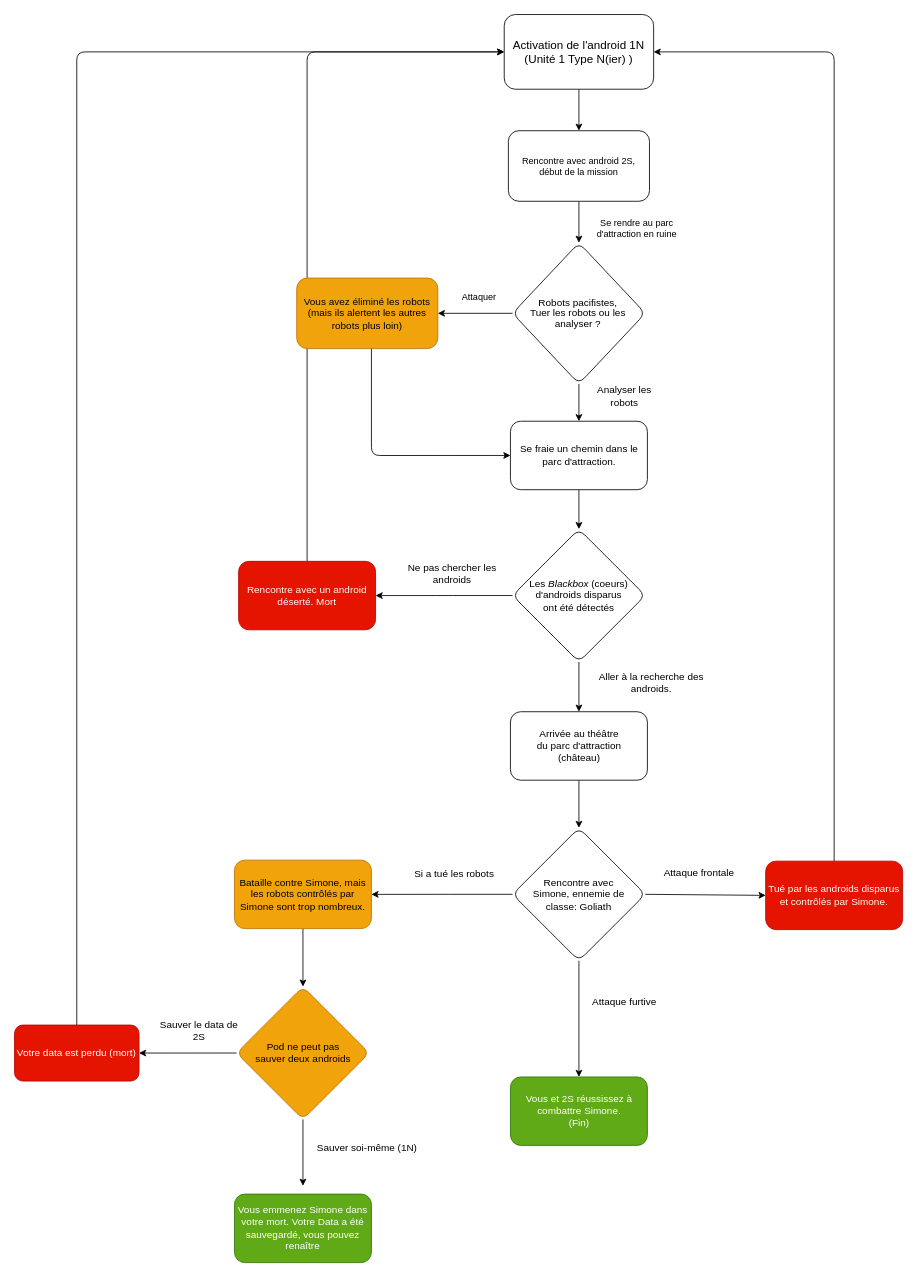
The draw.io diagram assets/schema.drawio in KenzaElHarrif/ELHARRIF-KENZA-vous-etes-le-heros-PROJET-ULTIMATA, before the edit. Source tidied: cells renumbered, new cells numbered last; positions are measured from the earlier drawing's top-left corner, leaving out a move shared by most shapes. Both pictures are drawn from the tidied source at 83%, with x=0, y=0 at pixel (14, 14).
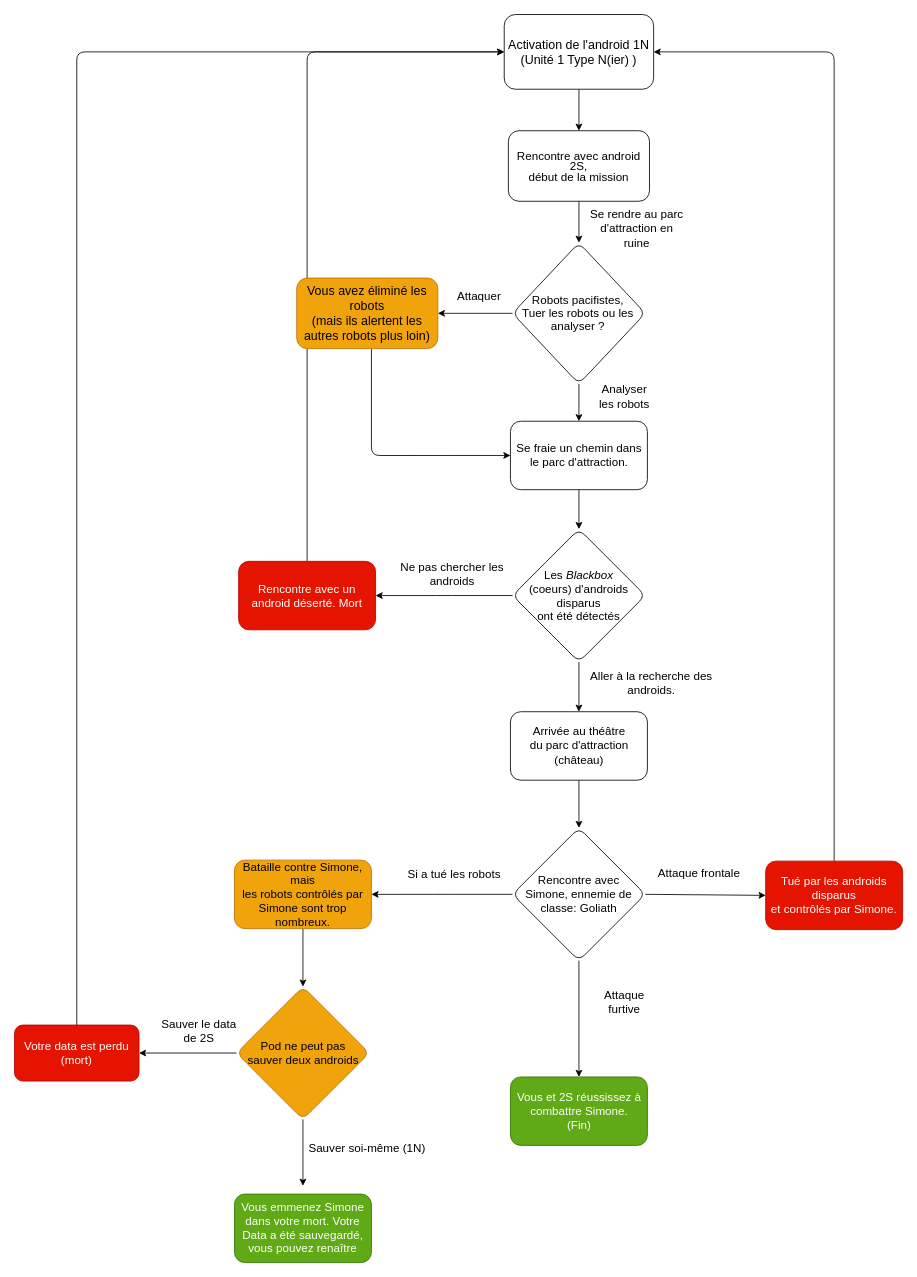
The same diagram, later.

Diff of the diagram source:
```diff
@@
-    <mxCell id="3" value="&lt;font style=&quot;font-size: 14px;&quot;&gt;Activation de l'android 1N (Unité 1 Type N(ier) )&lt;/font&gt;" style="rounded=1;whiteSpace=wrap;html=1;" parent="1" vertex="1">
+    <mxCell id="3" value="&lt;font style=&quot;font-size: 15px;&quot;&gt;Activation de l'android 1N (Unité 1 Type N(ier) )&lt;/font&gt;" style="rounded=1;whiteSpace=wrap;html=1;" parent="1" vertex="1">
       <mxGeometry x="590" width="180" height="90" as="geometry" />
     </mxCell>
@@
-    <mxCell id="6" value="Pod ne peut pas&lt;br&gt;sauver deux androids" style="rhombus;whiteSpace=wrap;html=1;rounded=1;fillColor=#f0a30a;fontColor=#000000;strokeColor=#BD7000;" parent="1" vertex="1">
+    <mxCell id="6" value="&lt;font style=&quot;font-size: 14px;&quot;&gt;Pod ne peut pas&lt;br&gt;sauver deux androids&lt;/font&gt;" style="rhombus;whiteSpace=wrap;html=1;rounded=1;fillColor=#f0a30a;fontColor=#000000;strokeColor=#BD7000;" parent="1" vertex="1">
       <mxGeometry x="267.5" y="1171.2" width="160" height="160" as="geometry" />
     </mxCell>
@@
-    <mxCell id="8" value="Votre data est perdu (mort)" style="rounded=1;whiteSpace=wrap;html=1;fillColor=#e51400;fontColor=#ffffff;strokeColor=#B20000;" parent="1" vertex="1">
+    <mxCell id="8" value="&lt;font style=&quot;font-size: 14px;&quot;&gt;Votre data est perdu (mort)&lt;/font&gt;" style="rounded=1;whiteSpace=wrap;html=1;fillColor=#e51400;fontColor=#ffffff;strokeColor=#B20000;" parent="1" vertex="1">
       <mxGeometry y="1217.5" width="150" height="67.5" as="geometry" />
     </mxCell>
-    <mxCell id="9" value="Se rendre au parc d'attraction en ruine" style="text;html=1;strokeColor=none;fillColor=none;align=center;verticalAlign=middle;whiteSpace=wrap;rounded=0;fontSize=11;" parent="1" vertex="1">
+    <mxCell id="9" value="&lt;font style=&quot;font-size: 14px;&quot;&gt;Se rendre au parc d'attraction en ruine&lt;/font&gt;" style="text;html=1;strokeColor=none;fillColor=none;align=center;verticalAlign=middle;whiteSpace=wrap;rounded=0;fontSize=11;" parent="1" vertex="1">
       <mxGeometry x="690" y="240" width="120" height="35" as="geometry" />
     </mxCell>
-    <mxCell id="10" value="Attaquer" style="text;html=1;strokeColor=none;fillColor=none;align=center;verticalAlign=middle;whiteSpace=wrap;rounded=0;fontSize=11;" parent="1" vertex="1">
+    <mxCell id="10" value="&lt;font style=&quot;font-size: 14px;&quot;&gt;Attaquer&lt;/font&gt;" style="text;html=1;strokeColor=none;fillColor=none;align=center;verticalAlign=middle;whiteSpace=wrap;rounded=0;fontSize=11;" parent="1" vertex="1">
       <mxGeometry x="530" y="325" width="60" height="30" as="geometry" />
     </mxCell>
-    <mxCell id="11" value="Ne pas chercher les androids" style="text;html=1;strokeColor=none;fillColor=none;align=center;verticalAlign=middle;whiteSpace=wrap;rounded=0;fontSize=12;" parent="1" vertex="1">
+    <mxCell id="11" value="&lt;font style=&quot;font-size: 14px;&quot;&gt;Ne pas chercher les androids&lt;/font&gt;" style="text;html=1;strokeColor=none;fillColor=none;align=center;verticalAlign=middle;whiteSpace=wrap;rounded=0;fontSize=12;" parent="1" vertex="1">
       <mxGeometry x="450" y="658.8" width="155" height="30" as="geometry" />
     </mxCell>
-    <mxCell id="12" value="Aller à la recherche des androids." style="text;html=1;strokeColor=none;fillColor=none;align=center;verticalAlign=middle;whiteSpace=wrap;rounded=0;fontSize=12;" parent="1" vertex="1">
+    <mxCell id="12" value="&lt;font style=&quot;font-size: 14px;&quot;&gt;Aller à la recherche des androids.&lt;/font&gt;" style="text;html=1;strokeColor=none;fillColor=none;align=center;verticalAlign=middle;whiteSpace=wrap;rounded=0;fontSize=12;" parent="1" vertex="1">
       <mxGeometry x="690" y="790" width="155" height="30" as="geometry" />
     </mxCell>
@@
-    <mxCell id="14" value="Rencontre avec un android déserté. Mort" style="rounded=1;whiteSpace=wrap;html=1;fontSize=12;fillColor=#e51400;fontColor=#ffffff;strokeColor=#B20000;" parent="1" vertex="1">
+    <mxCell id="14" value="&lt;font style=&quot;font-size: 14px;&quot;&gt;Rencontre avec un android déserté. Mort&lt;/font&gt;" style="rounded=1;whiteSpace=wrap;html=1;fontSize=12;fillColor=#e51400;fontColor=#ffffff;strokeColor=#B20000;" parent="1" vertex="1">
       <mxGeometry x="270" y="658.8" width="165" height="82.5" as="geometry" />
     </mxCell>
@@
-    <mxCell id="16" value="Vous avez éliminé les robots&lt;br&gt;(mais ils alertent les autres robots plus loin)" style="rounded=1;whiteSpace=wrap;html=1;fillColor=#f0a30a;fontColor=#000000;strokeColor=#BD7000;" parent="1" vertex="1">
+    <mxCell id="16" value="&lt;font style=&quot;font-size: 15px;&quot;&gt;Vous avez éliminé les robots&lt;br&gt;(mais ils alertent les autres robots plus loin)&lt;/font&gt;" style="rounded=1;whiteSpace=wrap;html=1;fillColor=#f0a30a;fontColor=#000000;strokeColor=#BD7000;" parent="1" vertex="1">
       <mxGeometry x="340" y="317.5" width="170" height="85" as="geometry" />
     </mxCell>
@@
-    <mxCell id="18" value="Arrivée au théâtre&lt;br&gt;du parc d'attraction&lt;br&gt;(château)" style="rounded=1;whiteSpace=wrap;html=1;fontSize=12;" parent="1" vertex="1">
+    <mxCell id="18" value="&lt;font style=&quot;font-size: 14px;&quot;&gt;Arrivée au théâtre&lt;br&gt;du parc d'attraction&lt;br&gt;(château)&lt;/font&gt;" style="rounded=1;whiteSpace=wrap;html=1;fontSize=12;" parent="1" vertex="1">
       <mxGeometry x="597.5" y="840" width="165" height="82.5" as="geometry" />
     </mxCell>
@@
-    <mxCell id="20" value="Bataille contre Simone, mais&lt;br&gt;les robots contrôlés par Simone sont trop nombreux." style="rounded=1;whiteSpace=wrap;html=1;fontSize=12;fillColor=#f0a30a;fontColor=#000000;strokeColor=#BD7000;" parent="1" vertex="1">
+    <mxCell id="20" value="&lt;font style=&quot;font-size: 14px;&quot;&gt;Bataille contre Simone, mais&lt;br&gt;les robots contrôlés par Simone sont trop nombreux.&lt;/font&gt;" style="rounded=1;whiteSpace=wrap;html=1;fontSize=12;fillColor=#f0a30a;fontColor=#000000;strokeColor=#BD7000;" parent="1" vertex="1">
       <mxGeometry x="265" y="1018.8" width="165" height="82.5" as="geometry" />
     </mxCell>
-    <mxCell id="21" value="Si a tué les robots" style="text;html=1;strokeColor=none;fillColor=none;align=center;verticalAlign=middle;whiteSpace=wrap;rounded=0;" parent="1" vertex="1">
+    <mxCell id="21" value="&lt;font style=&quot;font-size: 14px;&quot;&gt;Si a tué les robots&lt;/font&gt;" style="text;html=1;strokeColor=none;fillColor=none;align=center;verticalAlign=middle;whiteSpace=wrap;rounded=0;" parent="1" vertex="1">
       <mxGeometry x="465" y="1021.2" width="130" height="30" as="geometry" />
     </mxCell>
-    <mxCell id="22" value="Attaque frontale" style="text;html=1;strokeColor=none;fillColor=none;align=center;verticalAlign=middle;whiteSpace=wrap;rounded=0;" parent="1" vertex="1">
+    <mxCell id="22" value="&lt;font style=&quot;font-size: 14px;&quot;&gt;Attaque frontale&lt;/font&gt;" style="text;html=1;strokeColor=none;fillColor=none;align=center;verticalAlign=middle;whiteSpace=wrap;rounded=0;" parent="1" vertex="1">
       <mxGeometry x="760" y="1020" width="130" height="30" as="geometry" />
     </mxCell>
-    <mxCell id="23" value="Sauver le data de 2S" style="text;html=1;strokeColor=none;fillColor=none;align=center;verticalAlign=middle;whiteSpace=wrap;rounded=0;" parent="1" vertex="1">
+    <mxCell id="23" value="&lt;font style=&quot;font-size: 14px;&quot;&gt;Sauver le data de 2S&lt;/font&gt;" style="text;html=1;strokeColor=none;fillColor=none;align=center;verticalAlign=middle;whiteSpace=wrap;rounded=0;" parent="1" vertex="1">
       <mxGeometry x="170" y="1201.2" width="105" height="46.2" as="geometry" />
     </mxCell>
-    <mxCell id="24" value="Sauver soi-même (1N)" style="text;html=1;strokeColor=none;fillColor=none;align=center;verticalAlign=middle;whiteSpace=wrap;rounded=0;" parent="1" vertex="1">
+    <mxCell id="24" value="&lt;font style=&quot;font-size: 14px;&quot;&gt;Sauver soi-même (1N)&lt;/font&gt;" style="text;html=1;strokeColor=none;fillColor=none;align=center;verticalAlign=middle;whiteSpace=wrap;rounded=0;" parent="1" vertex="1">
       <mxGeometry x="350" y="1351.2" width="150" height="30" as="geometry" />
     </mxCell>
-    <mxCell id="25" value="Vous et 2S réussissez à combattre Simone.&lt;br&gt;(Fin)" style="rounded=1;whiteSpace=wrap;html=1;fontSize=12;fillColor=#60a917;fontColor=#ffffff;strokeColor=#2D7600;" parent="1" vertex="1">
+    <mxCell id="25" value="&lt;font style=&quot;font-size: 14px;&quot;&gt;Vous et 2S réussissez à combattre Simone.&lt;br&gt;(Fin)&lt;/font&gt;" style="rounded=1;whiteSpace=wrap;html=1;fontSize=12;fillColor=#60a917;fontColor=#ffffff;strokeColor=#2D7600;" parent="1" vertex="1">
       <mxGeometry x="597.5" y="1280" width="165" height="82.5" as="geometry" />
     </mxCell>
-    <mxCell id="26" value="Analyser les robots" style="text;html=1;strokeColor=none;fillColor=none;align=center;verticalAlign=middle;whiteSpace=wrap;rounded=0;" parent="1" vertex="1">
+    <mxCell id="26" value="&lt;font style=&quot;font-size: 14px;&quot;&gt;Analyser les robots&lt;/font&gt;" style="text;html=1;strokeColor=none;fillColor=none;align=center;verticalAlign=middle;whiteSpace=wrap;rounded=0;" parent="1" vertex="1">
       <mxGeometry x="700" y="445" width="70" height="30" as="geometry" />
     </mxCell>
@@
-    <mxCell id="30" value="Rencontre avec&lt;br&gt;Simone, ennemie de&lt;br&gt;classe: Goliath" style="rhombus;whiteSpace=wrap;html=1;rounded=1;" parent="1" vertex="1">
+    <mxCell id="30" value="&lt;font style=&quot;font-size: 14px;&quot;&gt;Rencontre avec&lt;br&gt;Simone, ennemie de&lt;br&gt;classe: Goliath&lt;/font&gt;" style="rhombus;whiteSpace=wrap;html=1;rounded=1;" parent="1" vertex="1">
       <mxGeometry x="600" y="980" width="160" height="160" as="geometry" />
     </mxCell>
@@
-    <mxCell id="32" value="&lt;div style=&quot;line-height: 12.1px; font-size: 11px;&quot;&gt;Rencontre avec android 2S,&lt;/div&gt;&lt;div style=&quot;line-height: 12.1px; font-size: 11px;&quot;&gt;début de la mission&lt;/div&gt;" style="rounded=1;whiteSpace=wrap;html=1;" parent="1" vertex="1">
+    <mxCell id="32" value="&lt;div style=&quot;line-height: 12.1px; font-size: 14px;&quot;&gt;&lt;font style=&quot;font-size: 14px;&quot;&gt;Rencontre avec android 2S,&lt;/font&gt;&lt;/div&gt;&lt;div style=&quot;line-height: 12.1px; font-size: 14px;&quot;&gt;&lt;font style=&quot;font-size: 14px;&quot;&gt;début de la mission&lt;/font&gt;&lt;/div&gt;" style="rounded=1;whiteSpace=wrap;html=1;" parent="1" vertex="1">
       <mxGeometry x="595" y="140" width="170" height="85" as="geometry" />
     </mxCell>
@@
-    <mxCell id="35" value="&lt;div style=&quot;text-align: center; line-height: 110%; font-size: 11px;&quot;&gt;&lt;span style=&quot;font-size: 12px;&quot;&gt;Robots pacifistes,&lt;/span&gt;&lt;br style=&quot;font-size: 12px;&quot;&gt;&lt;span style=&quot;font-size: 12px;&quot;&gt;Tuer les robots ou les analyser ?&lt;/span&gt;&lt;br&gt;&lt;/div&gt;" style="rhombus;whiteSpace=wrap;html=1;align=right;rounded=1;" parent="1" vertex="1">
+    <mxCell id="35" value="&lt;div style=&quot;text-align: center; line-height: 110%; font-size: 14px;&quot;&gt;&lt;span style=&quot;&quot;&gt;Robots pacifistes,&lt;/span&gt;&lt;br style=&quot;&quot;&gt;&lt;span style=&quot;&quot;&gt;Tuer les robots ou les analyser ?&lt;/span&gt;&lt;br&gt;&lt;/div&gt;" style="rhombus;whiteSpace=wrap;html=1;align=right;rounded=1;" parent="1" vertex="1">
       <mxGeometry x="600" y="275" width="160" height="170" as="geometry" />
     </mxCell>
@@
-    <mxCell id="38" value="&lt;font style=&quot;font-size: 12px;&quot;&gt;Les &lt;i&gt;Blackbox&lt;/i&gt; (coeurs) d'androids disparus&lt;br&gt;ont été détectés&lt;br&gt;&lt;/font&gt;" style="rhombus;whiteSpace=wrap;html=1;rounded=1;" parent="1" vertex="1">
+    <mxCell id="38" value="&lt;font style=&quot;font-size: 14px;&quot;&gt;Les &lt;i&gt;Blackbox&lt;br&gt;&lt;/i&gt;(coeurs) d'androids disparus&lt;br&gt;ont été détectés&lt;br&gt;&lt;/font&gt;" style="rhombus;whiteSpace=wrap;html=1;rounded=1;" parent="1" vertex="1">
       <mxGeometry x="600" y="620" width="160" height="160" as="geometry" />
     </mxCell>
@@
-    <mxCell id="40" value="Se fraie un chemin dans le parc d'attraction." style="rounded=1;whiteSpace=wrap;html=1;fontSize=12;" parent="1" vertex="1">
+    <mxCell id="40" value="&lt;font style=&quot;font-size: 14px;&quot;&gt;Se fraie un chemin dans le parc d'attraction.&lt;/font&gt;" style="rounded=1;whiteSpace=wrap;html=1;fontSize=12;" parent="1" vertex="1">
       <mxGeometry x="597.5" y="490" width="165" height="82.5" as="geometry" />
     </mxCell>
-    <mxCell id="41" value="Attaque furtive" style="text;html=1;strokeColor=none;fillColor=none;align=center;verticalAlign=middle;whiteSpace=wrap;rounded=0;" parent="1" vertex="1">
+    <mxCell id="41" value="&lt;font style=&quot;font-size: 14px;&quot;&gt;Attaque furtive&lt;/font&gt;" style="text;html=1;strokeColor=none;fillColor=none;align=center;verticalAlign=middle;whiteSpace=wrap;rounded=0;" parent="1" vertex="1">
       <mxGeometry x="690" y="1175" width="90" height="30" as="geometry" />
     </mxCell>
@@
-    <mxCell id="43" value="Tué par les androids disparus&lt;br&gt;et contrôlés par Simone." style="rounded=1;whiteSpace=wrap;html=1;fontSize=12;fillColor=#e51400;fontColor=#ffffff;strokeColor=#B20000;" parent="1" vertex="1">
+    <mxCell id="43" value="&lt;font style=&quot;font-size: 14px;&quot;&gt;Tué par les androids disparus&lt;br&gt;et contrôlés par Simone.&lt;/font&gt;" style="rounded=1;whiteSpace=wrap;html=1;fontSize=12;fillColor=#e51400;fontColor=#ffffff;strokeColor=#B20000;" parent="1" vertex="1">
       <mxGeometry x="905" y="1020" width="165" height="82.5" as="geometry" />
     </mxCell>
-    <mxCell id="44" value="Vous emmenez Simone dans votre mort. Votre Data a été sauvegardé, vous pouvez renaître" style="rounded=1;whiteSpace=wrap;html=1;fontSize=12;fillColor=#60a917;fontColor=#ffffff;strokeColor=#2D7600;" parent="1" vertex="1">
+    <mxCell id="44" value="&lt;font style=&quot;font-size: 14px;&quot;&gt;Vous emmenez Simone dans votre mort. Votre Data a été sauvegardé, vous pouvez renaître&lt;/font&gt;" style="rounded=1;whiteSpace=wrap;html=1;fontSize=12;fillColor=#60a917;fontColor=#ffffff;strokeColor=#2D7600;" parent="1" vertex="1">
       <mxGeometry x="265" y="1421.2" width="165" height="82.5" as="geometry" />
     </mxCell>
```
